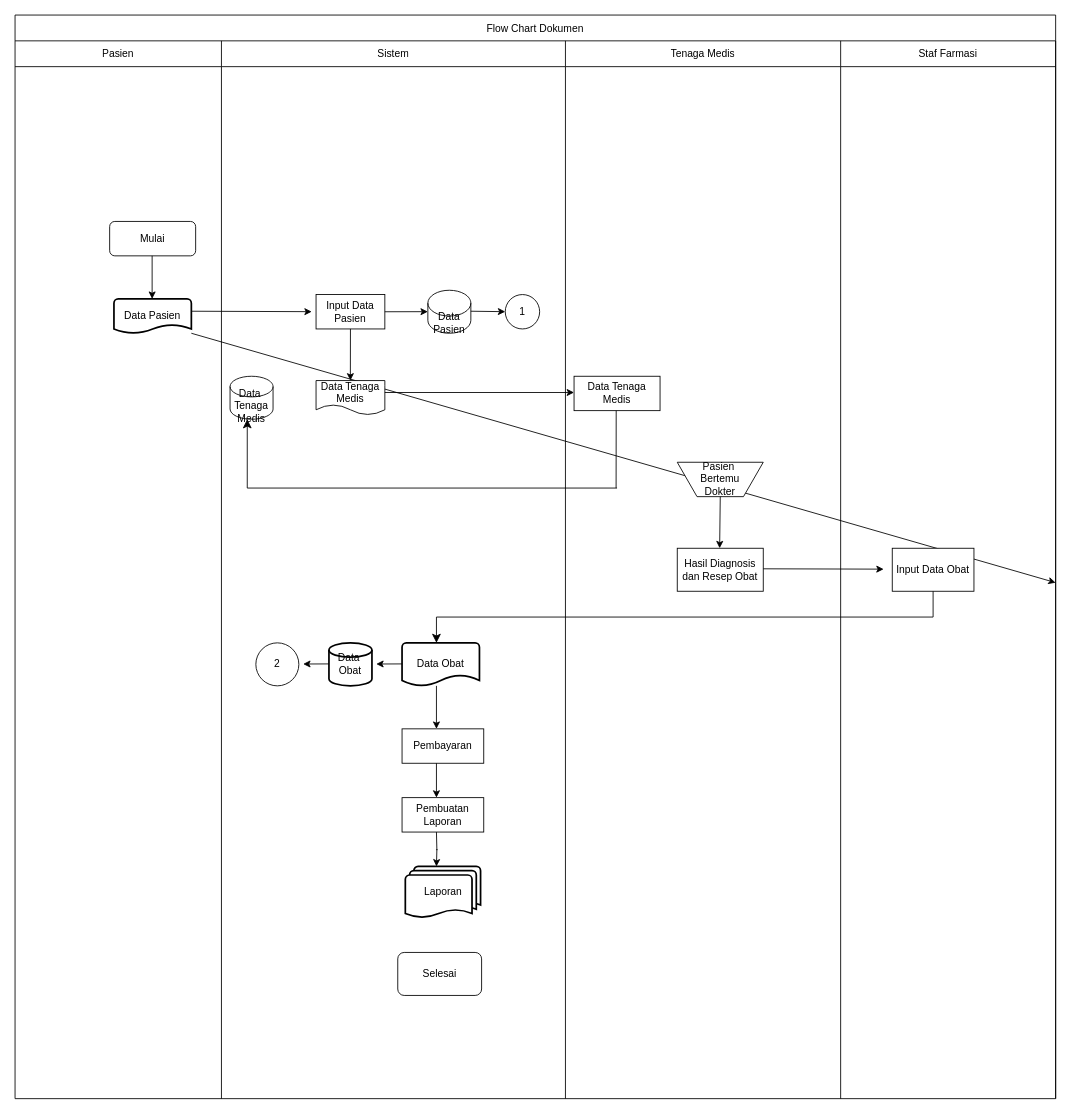
EkaAyuu/Portofolio-Eka keeps this draw.io diagram as page "Page-7" (7 of 7) of Untitled Diagram.drawio. Above is the earlier version. Source tidied: cells renumbered, new cells numbered last; positions are measured from the earlier drawing's top-left corner, leaving out a move shared by most shapes. Both pictures are drawn from the tidied source at 86%, with x=0, y=0 at pixel (15, 15).
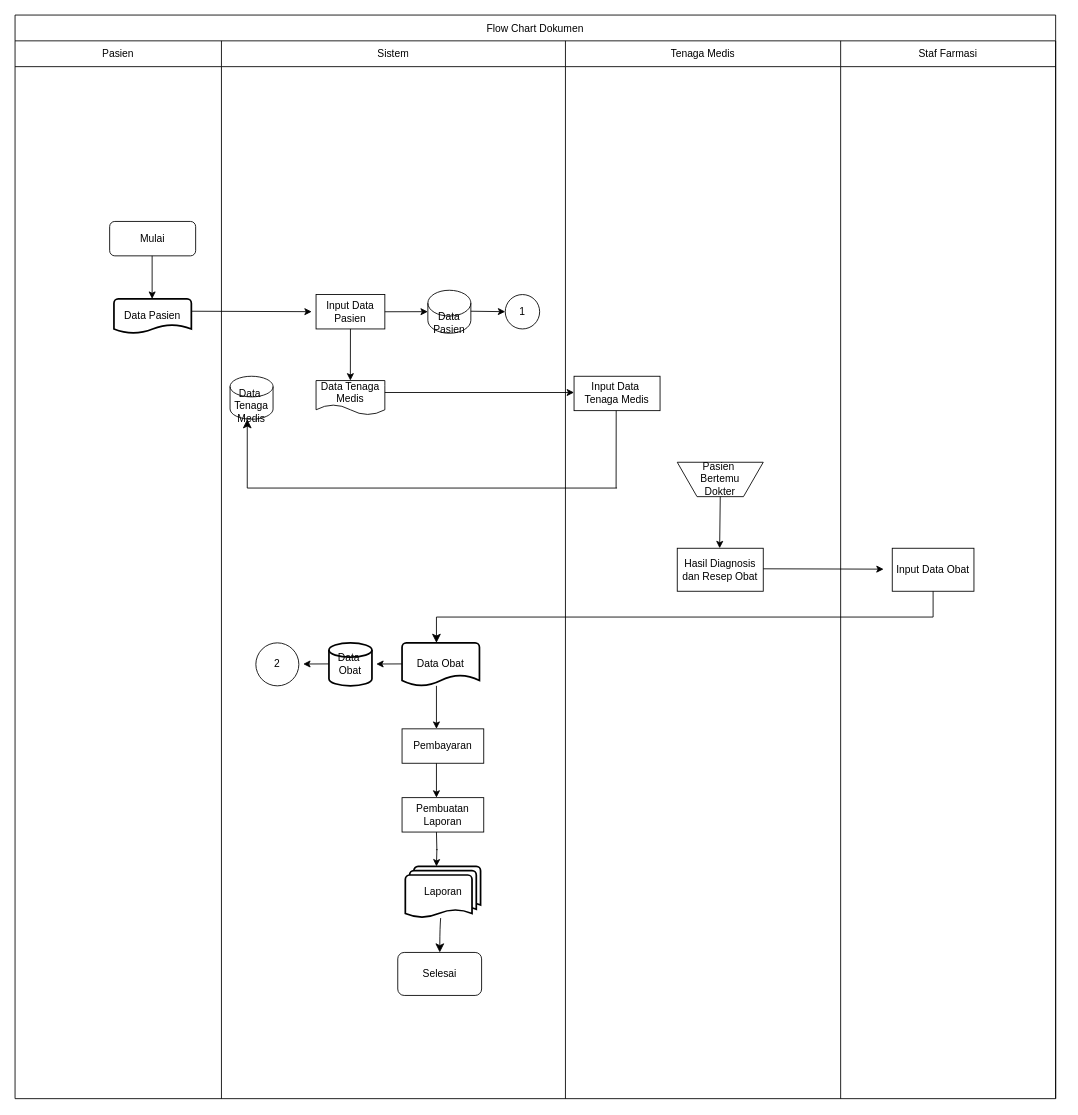
The same page after the edit.

Unchanged cells that the change refers to:
```xml
<mxCell id="13" style="shape=waypoint;sketch=0;size=6;points=[];fillColor=default;perimeter=centerPerimeter;snapToPoint=1;strokeWidth=2;" parent="8" vertex="1">
  <mxGeometry x="1210" height="1200" as="geometry" />
</mxCell>
<mxCell id="15" value="Data Pasien" style="strokeWidth=2;html=1;shape=mxgraph.flowchart.document2;whiteSpace=wrap;size=0.25;" parent="1" vertex="1">
  <mxGeometry x="115" y="330" width="90" height="40" as="geometry" />
</mxCell>
<mxCell id="31" value="Laporan" style="strokeWidth=2;html=1;shape=mxgraph.flowchart.multi-document;whiteSpace=wrap;" parent="1" vertex="1">
  <mxGeometry x="453.8" y="990" width="87.5" height="60" as="geometry" />
</mxCell>
<mxCell id="32" value="Selesai" style="rounded=1;whiteSpace=wrap;html=1;" parent="1" vertex="1">
  <mxGeometry x="445" y="1090" width="97.5" height="50" as="geometry" />
</mxCell>
```

Diff of the diagram source:
```diff
@@
-    <mxCell id="14" style="edgeStyle=orthogonalEdgeStyle;rounded=0;jettySize=auto;html=1;" parent="1" edge="1" source="15" target="13">
-      <mxGeometry relative="1" as="geometry" />
-    </mxCell>
@@
-    <mxCell id="22" value="Data Tenaga&lt;div&gt;Medis&lt;/div&gt;" style="rounded=0;whiteSpace=wrap;html=1;" parent="1" vertex="1">
+    <mxCell id="22" value="Input Data&amp;nbsp;&lt;div&gt;Tenaga&amp;nbsp;&lt;span style=&quot;background-color: transparent; color: light-dark(rgb(0, 0, 0), rgb(255, 255, 255));&quot;&gt;Medis&lt;/span&gt;&lt;/div&gt;" style="rounded=0;whiteSpace=wrap;html=1;" parent="1" vertex="1">
       <mxGeometry x="650" y="420" width="100" height="40" as="geometry" />
     </mxCell>
@@
+    <mxCell id="49" style="edgeStyle=none;curved=1;rounded=0;jettySize=auto;html=1;fontSize=12;startSize=8;endSize=8;" parent="1" edge="1" source="31" target="32">
+      <mxGeometry relative="1" as="geometry">
+        <Array as="points">
+          <mxPoint x="494" y="1060" />
+        </Array>
+      </mxGeometry>
+    </mxCell>
```
